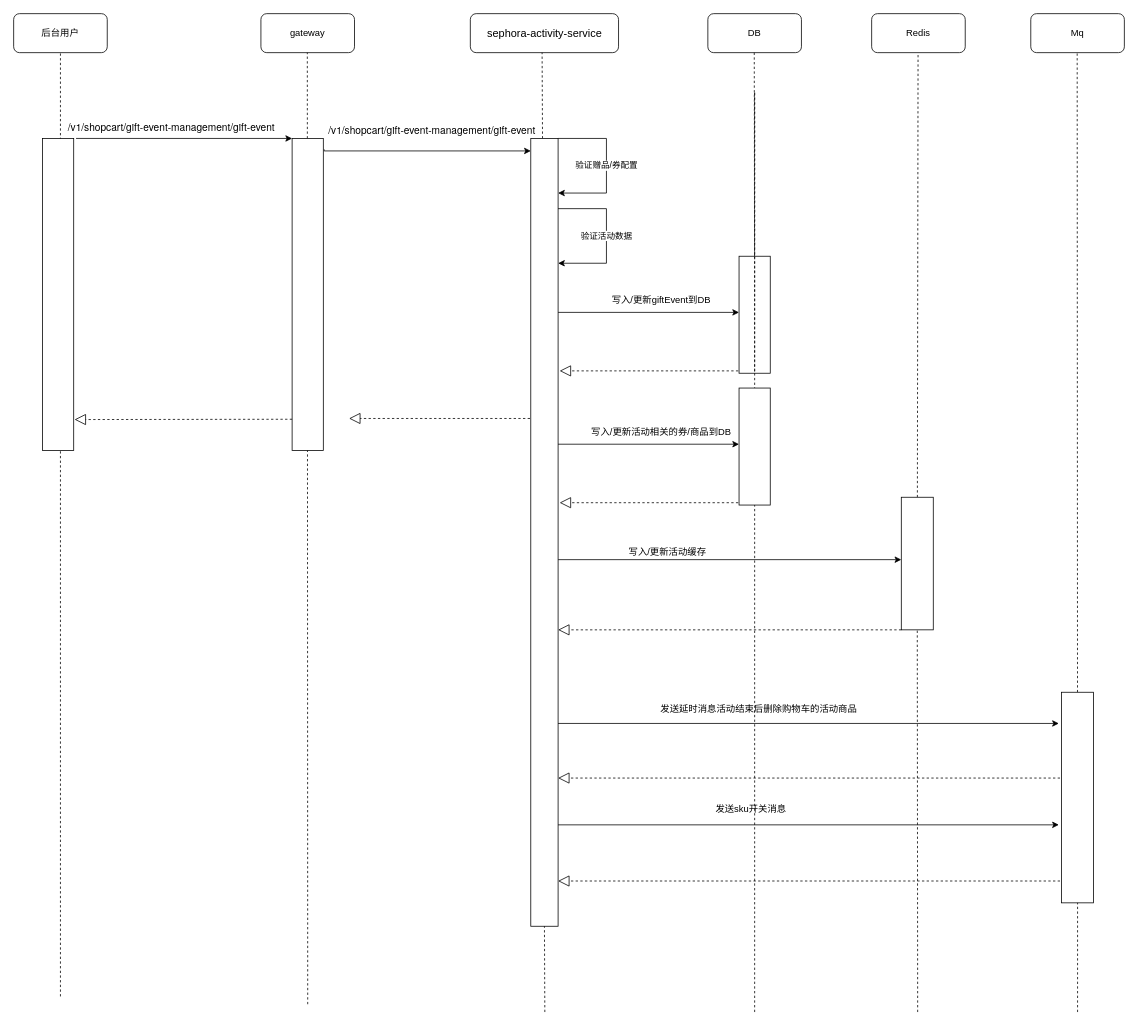
Above: 活动管理-创建活动.drawio in xiazecheng/madao (draw.io), before the change. Source tidied: cells renumbered, new cells numbered last; positions are measured from the earlier drawing's top-left corner, leaving out a move shared by most shapes. Both pictures are drawn from the tidied source at 78%, with x=0, y=0 at pixel (13, 13).
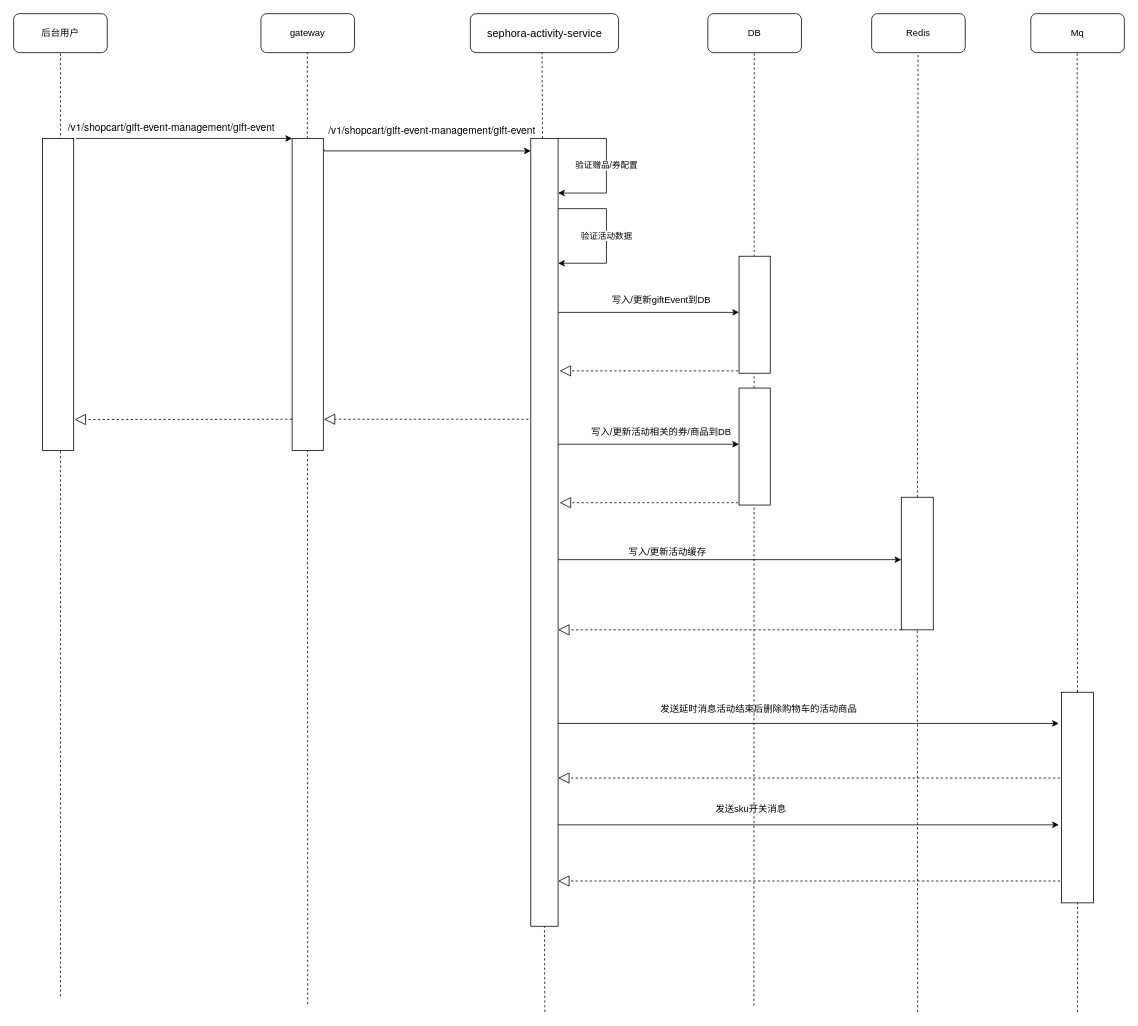
The same diagram, later.

Commit message:
更新活动管理-创建活动.drawio

The change refers to these unchanged cells:
```xml
<mxCell id="29" style="rounded=0;whiteSpace=wrap;html=1;labelBackgroundColor=default;fontColor=#000000;" parent="1" vertex="1">
  <mxGeometry x="930" y="311" width="40" height="150" as="geometry" />
</mxCell>
```

Diff of the diagram source:
```diff
@@
-    <mxCell id="18" style="endArrow=none;dashed=1;html=1;rounded=0;fontColor=#000000;entryX=0.5;entryY=1;entryDx=0;entryDy=0;startArrow=none;" parent="1" edge="1" source="29">
+    <mxCell id="18" style="endArrow=none;dashed=1;html=1;rounded=0;fontColor=#000000;entryX=0.5;entryY=1;entryDx=0;entryDy=0;startArrow=none;" parent="1" edge="1">
       <mxGeometry relative="1" as="geometry">
+        <mxPoint x="949" y="1271.9" as="sourcePoint" />
         <mxPoint x="949.5" y="50" as="targetPoint" />
       </mxGeometry>
     </mxCell>
@@
-    <mxCell id="26" style="endArrow=block;dashed=1;endFill=0;endSize=12;html=1;rounded=0;fontColor=#000000;exitX=0;exitY=1;exitDx=0;exitDy=0;" parent="1" edge="1">
+    <mxCell id="26" style="endArrow=block;dashed=1;endFill=0;endSize=12;html=1;rounded=0;fontColor=#000000;entryX=1.14;entryY=0.9;entryDx=0;entryDy=0;entryPerimeter=0;" parent="1" edge="1">
       <mxGeometry relative="1" as="geometry">
-        <mxPoint x="662" y="519" as="sourcePoint" />
-        <mxPoint x="430" y="519" as="targetPoint" />
+        <mxPoint x="660" y="520" as="sourcePoint" />
+        <mxPoint x="397.6" y="520" as="targetPoint" />
       </mxGeometry>
     </mxCell>
@@
-    <mxCell id="30" style="endArrow=none;dashed=1;html=1;rounded=0;fontColor=#000000;entryX=0.5;entryY=1;entryDx=0;entryDy=0;startArrow=none;" parent="1" edge="1" target="29">
-      <mxGeometry relative="1" as="geometry">
-        <mxPoint x="950" y="1280" as="sourcePoint" />
-        <Array as="points">
-          <mxPoint x="950" y="100" />
-        </Array>
-      </mxGeometry>
-    </mxCell>
```
